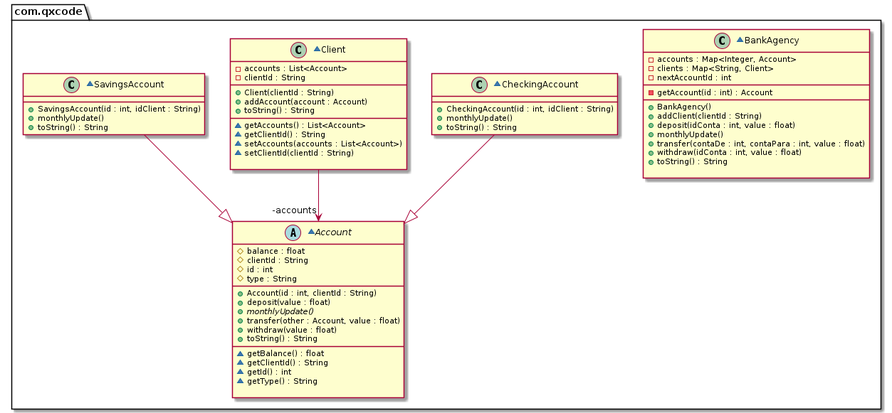
Above: base/013/diagrama.png in qxcodepoo/arcade (PlantUML), before the change. Source of this version:
```plantuml
@startuml
package com.qxcode {
  ~abstract class Account {
    # balance : float
    # clientId : String
    # id : int
    # type : String
    __
    + Account(id : int, clientId : String)
    + deposit(value : float)
    + monthlyUpdate() {abstract}
    + transfer(other : Account, value : float)
    + withdraw(value : float)
    + toString() : String
    __
    ~ getBalance() : float
    ~ getClientId() : String
    ~ getId() : int
    ~ getType() : String

  }
  ~class BankAgency {
    - accounts : Map<Integer, Account>
    - clients : Map<String, Client>
    - nextAccountId : int
    __
    - getAccount(id : int) : Account
    __
    + BankAgency()
    + addClient(clientId : String)
    + deposit(idConta : int, value : float)
    + monthlyUpdate()
    + transfer(contaDe : int, contaPara : int, value : float)
    + withdraw(idConta : int, value : float)
    + toString() : String

  }
  ~class CheckingAccount {
    + CheckingAccount(id : int, idClient : String)
    + monthlyUpdate()
    + toString() : String

  }
  ~class Client {
    - accounts : List<Account>
    - clientId : String
    __
    + Client(clientId : String)
    + addAccount(account : Account)
    + toString() : String
    __
    ~ getAccounts() : List<Account>
    ~ getClientId() : String
    ~ setAccounts(accounts : List<Account>)
    ~ setClientId(clientId : String)

  }
  ~class SavingsAccount {
    + SavingsAccount(id : int, idClient : String)
    + monthlyUpdate()
    + toString() : String

  }
}
Client -->  "-accounts" Account
CheckingAccount --|> Account
SavingsAccount --|> Account
@enduml
```
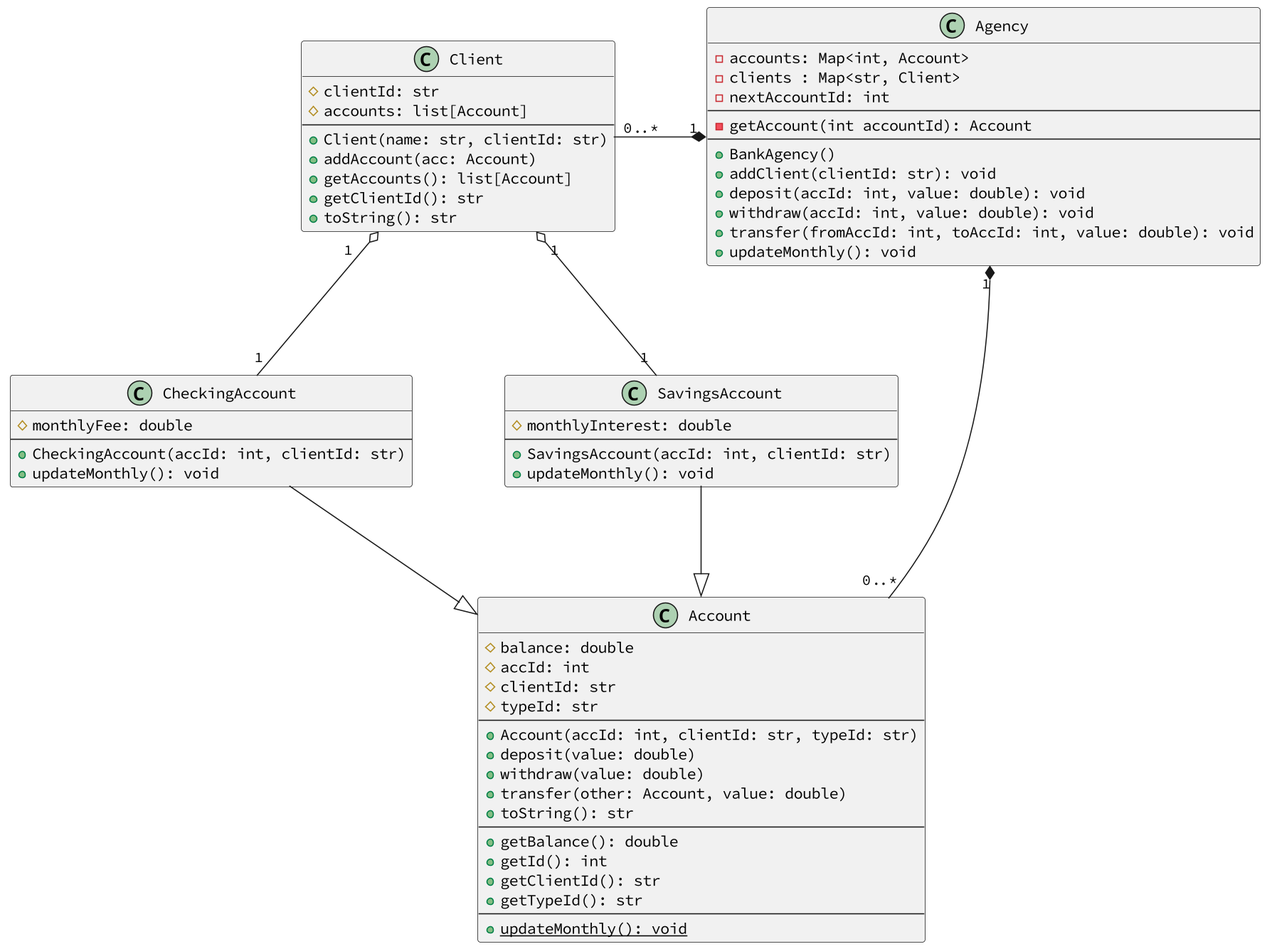
The same file after the commit.

Diff of the diagram source:
```diff
@@ -1,68 +1,65 @@
 @startuml
-package com.qxcode {
-  ~abstract class Account {
-    # balance : float
-    # clientId : String
-    # id : int
-    # type : String
-    __
-    + Account(id : int, clientId : String)
-    + deposit(value : float)
-    + monthlyUpdate() {abstract}
-    + transfer(other : Account, value : float)
-    + withdraw(value : float)
-    + toString() : String
-    __
-    ~ getBalance() : float
-    ~ getClientId() : String
-    ~ getId() : int
-    ~ getType() : String
-
-  }
-  ~class BankAgency {
-    - accounts : Map<Integer, Account>
-    - clients : Map<String, Client>
-    - nextAccountId : int
-    __
-    - getAccount(id : int) : Account
-    __
+skinparam defaultFontName Hasklig
+skinparam dpi 150
+class Account {
+    # balance: double
+    # accId: int
+    # clientId: str
+    # typeId: str
+    --
+    + Account(accId: int, clientId: str, typeId: str)
+    + deposit(value: double)
+    + withdraw(value: double)
+    + transfer(other: Account, value: double)
+    + toString(): str
+    --
+    + getBalance(): double
+    + getId(): int
+    + getClientId(): str
+    + getTypeId(): str
+    --
+    + {static} updateMonthly(): void
+}
+class CheckingAccount {
+    # monthlyFee: double
+    --
+    + CheckingAccount(accId: int, clientId: str)
+    + updateMonthly(): void
+}
+class SavingsAccount {
+    # monthlyInterest: double
+    --
+    + SavingsAccount(accId: int, clientId: str)
+    + updateMonthly(): void
+}
+class Client {
+    # clientId: str
+    # accounts: list[Account]
+    --
+    + Client(name: str, clientId: str)
+    + addAccount(acc: Account)
+    + getAccounts(): list[Account]
+    + getClientId(): str
+    + toString(): str
+}
+class Agency {
+    - accounts: Map<int, Account>
+    - clients : Map<str, Client>
+    - nextAccountId: int
+    --
+    - getAccount(int accountId): Account
+    --
     + BankAgency()
-    + addClient(clientId : String)
-    + deposit(idConta : int, value : float)
-    + monthlyUpdate()
-    + transfer(contaDe : int, contaPara : int, value : float)
-    + withdraw(idConta : int, value : float)
-    + toString() : String
-
-  }
-  ~class CheckingAccount {
-    + CheckingAccount(id : int, idClient : String)
-    + monthlyUpdate()
-    + toString() : String
-
-  }
-  ~class Client {
-    - accounts : List<Account>
-    - clientId : String
-    __
-    + Client(clientId : String)
-    + addAccount(account : Account)
-    + toString() : String
-    __
-    ~ getAccounts() : List<Account>
-    ~ getClientId() : String
-    ~ setAccounts(accounts : List<Account>)
-    ~ setClientId(clientId : String)
-
-  }
-  ~class SavingsAccount {
-    + SavingsAccount(id : int, idClient : String)
-    + monthlyUpdate()
-    + toString() : String
-
-  }
+    + addClient(clientId: str): void
+    + deposit(accId: int, value: double): void
+    + withdraw(accId: int, value: double): void
+    + transfer(fromAccId: int, toAccId: int, value: double): void
+    + updateMonthly(): void
 }
-Client -->  "-accounts" Account
 CheckingAccount --|> Account
 SavingsAccount --|> Account
+Client "1" o-- "1" CheckingAccount
+Client "1" o-- "1" SavingsAccount
+Agency "1" *-- "0..*" Account
+Agency "1" *--l- "0..*" Client
 @enduml
```
